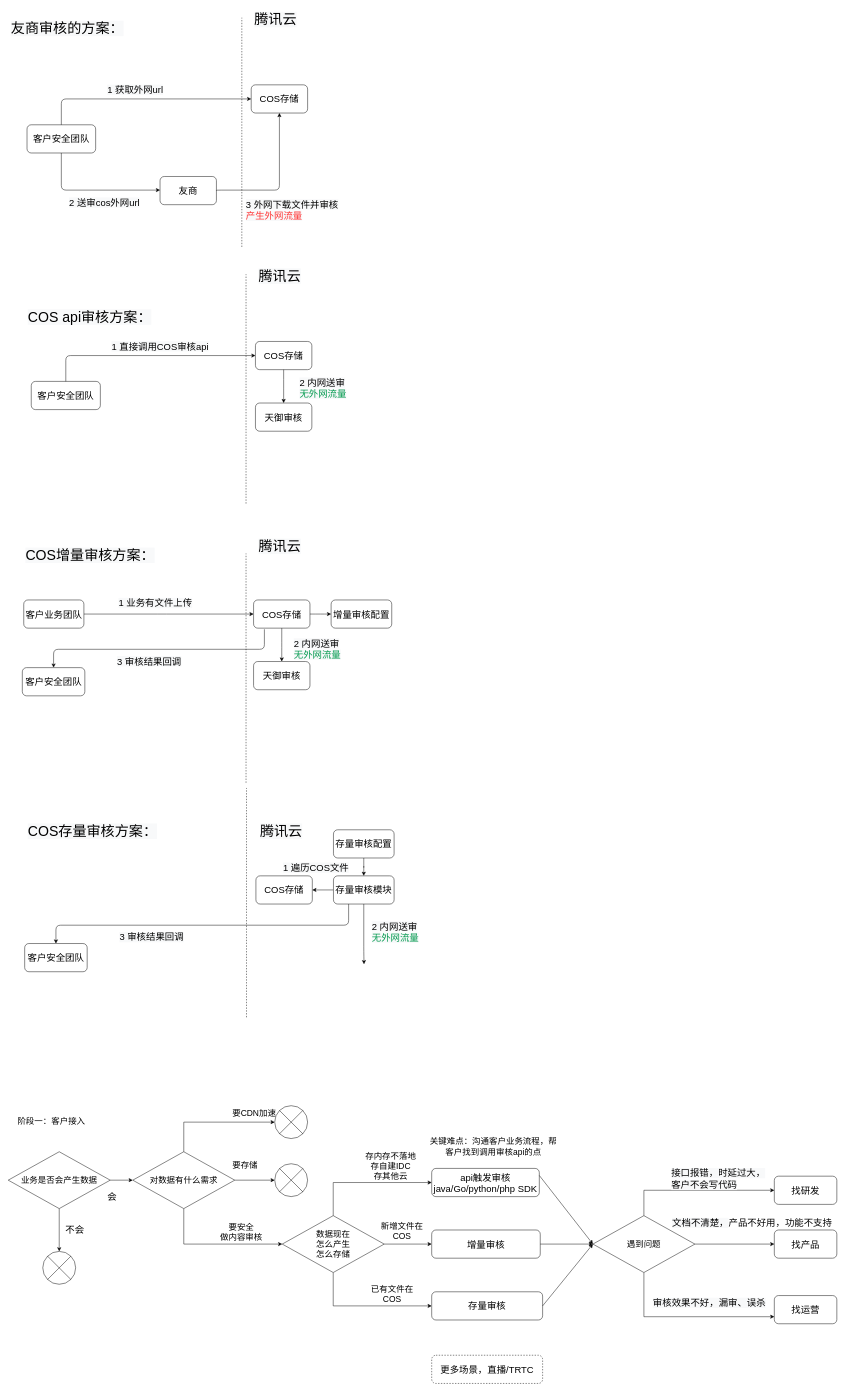
Above: page "通用审核流程图" (1 of 7) of CI.drawio in wangnan8791/document (draw.io), before the change. Source tidied: cells renumbered, new cells numbered last; positions are measured from the earlier drawing's top-left corner, leaving out a move shared by most shapes. Both pictures are drawn from the tidied source at 47%, with x=0, y=0 at pixel (8, 8).
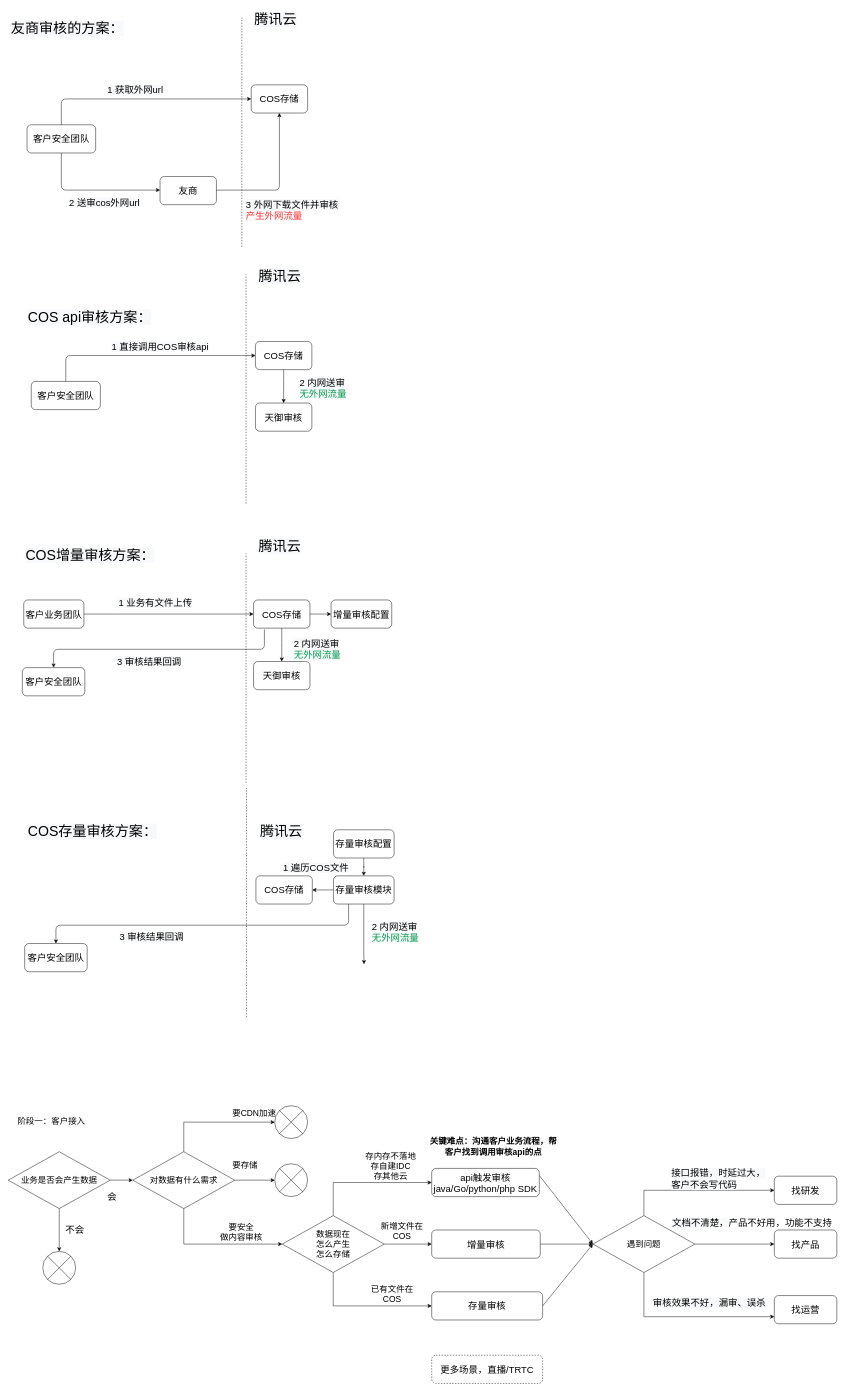
The same diagram, later.

Diff of the diagram source:
```diff
@@
-    <mxCell id="93" value="&lt;div style=&quot;text-align: center&quot;&gt;&lt;span&gt;&lt;font face=&quot;helvetica&quot;&gt;关键难点：沟通客户业务流程，&lt;/font&gt;&lt;/span&gt;&lt;span style=&quot;font-family: &amp;#34;helvetica&amp;#34;&quot;&gt;帮客户找到调用审核api的点&lt;/span&gt;&lt;/div&gt;" style="text;whiteSpace=wrap;html=1;fontSize=18;" parent="1" vertex="1">
+    <mxCell id="93" value="&lt;div style=&quot;text-align: center&quot;&gt;&lt;b&gt;&lt;span&gt;&lt;font face=&quot;helvetica&quot;&gt;关键难点：沟通客户业务流程，&lt;/font&gt;&lt;/span&gt;&lt;span style=&quot;font-family: &amp;#34;helvetica&amp;#34;&quot;&gt;帮客户找到调用审核api的点&lt;/span&gt;&lt;/b&gt;&lt;/div&gt;" style="text;whiteSpace=wrap;html=1;fontSize=18;" parent="1" vertex="1">
       <mxGeometry x="889" y="2395" width="285" height="65" as="geometry" />
     </mxCell>
```
